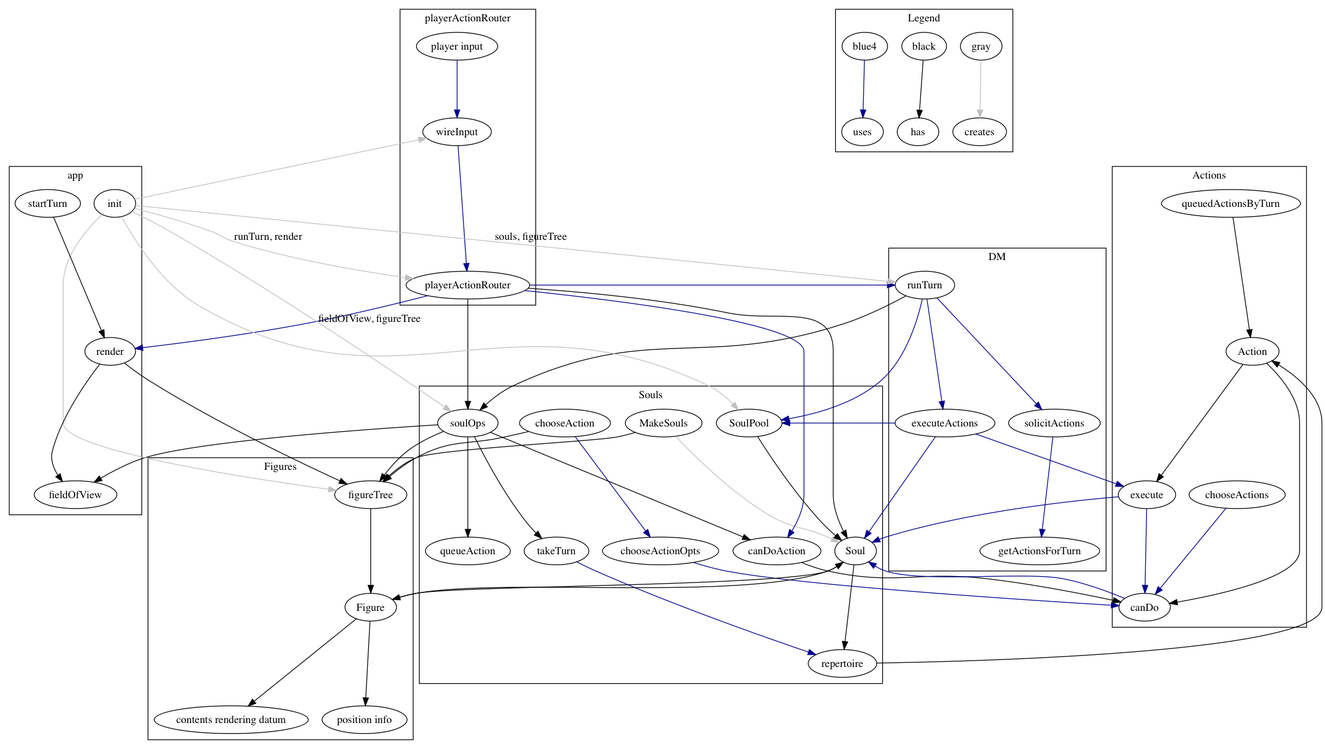
This is docs/soul-figure-relationship.png from jimkang/exogenite, a Graphviz export, as it was before one commit. Its source is kept beside it as docs/soul-figure-relationship.dot.
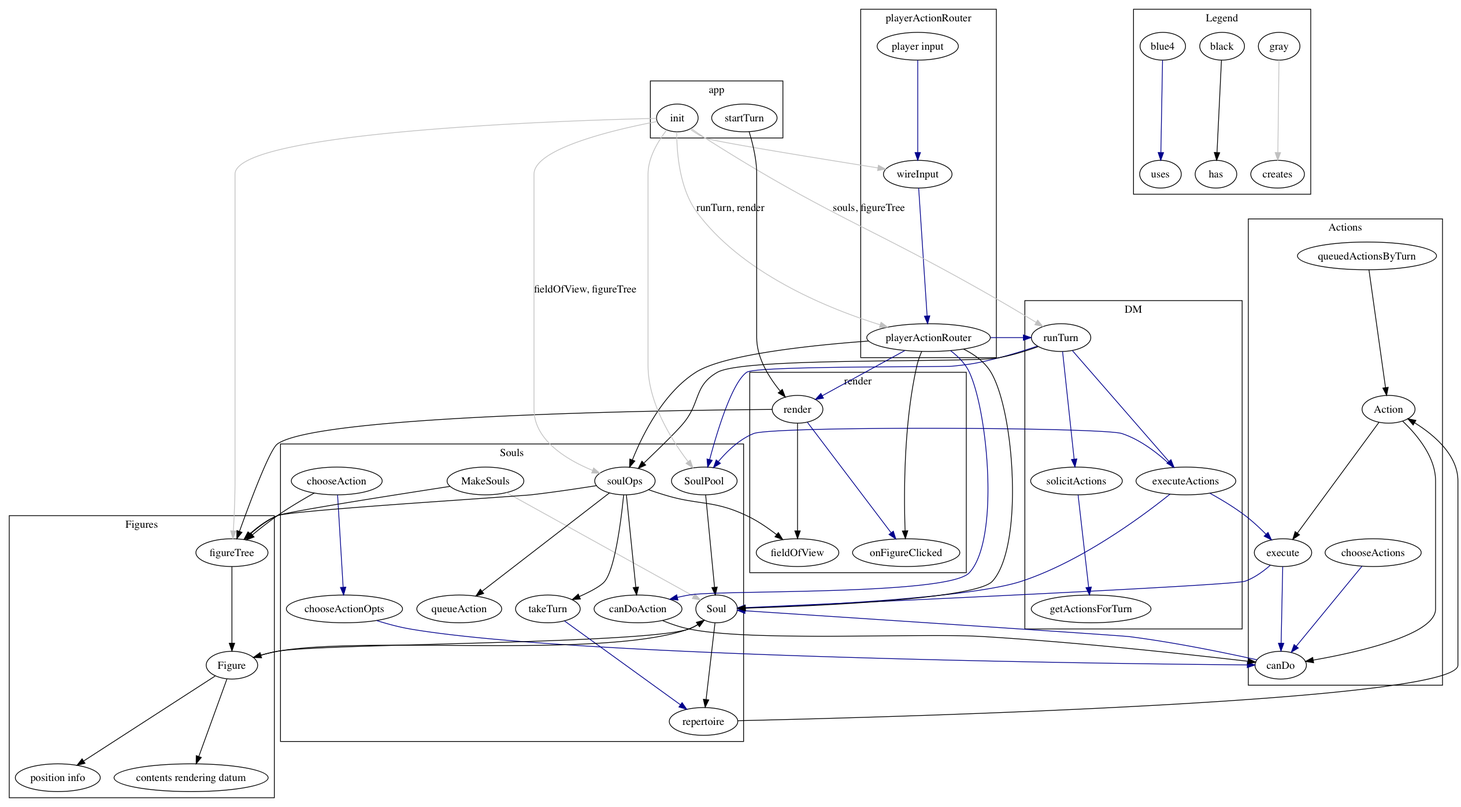
The same file after the commit.

Change to the diagram source:
```diff
@@ -59,6 +59,14 @@
     playerActionRouter -> soulOps;
   }
 
+  subgraph cluster_render {
+    label="render";
+    render -> fieldOfView;
+    render -> figureTree;
+    render -> onFigureClicked [color=blue4];
+    playerActionRouter -> onFigureClicked;
+  }
+
   subgraph cluster_app {
     label="app";
     init -> SoulPool [color=gray];
@@ -67,8 +75,6 @@
     init -> runTurn [color=gray, label="souls, figureTree"];
     init -> playerActionRouter [color=gray, label="runTurn, render"];
     init -> soulOps [color=gray, label="fieldOfView, figureTree"];
-    render -> fieldOfView;
-    render -> figureTree;
     playerActionRouter -> render [color=blue4];
     startTurn -> render;
     soulOps -> fieldOfView;
```
